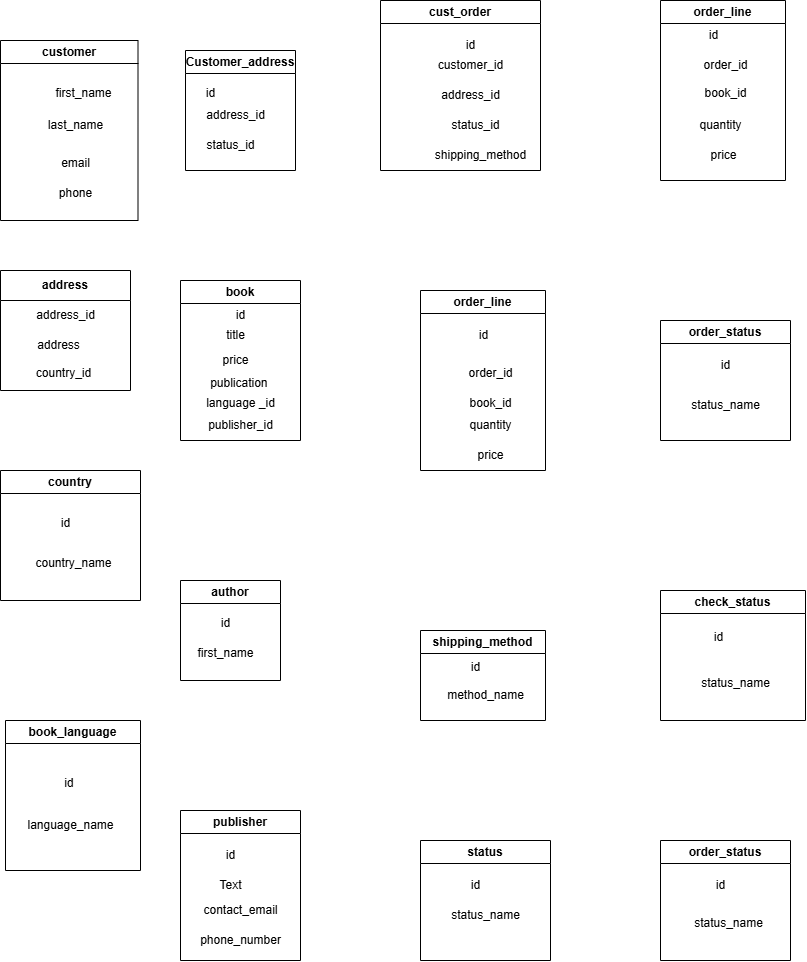
The draw.io diagram bookstore.png in Tech-Swift/bookstore, before a commit. Source tidied: cells renumbered, new cells last; positions are measured from the earlier drawing's top-left corner, leaving out a move shared by most shapes.
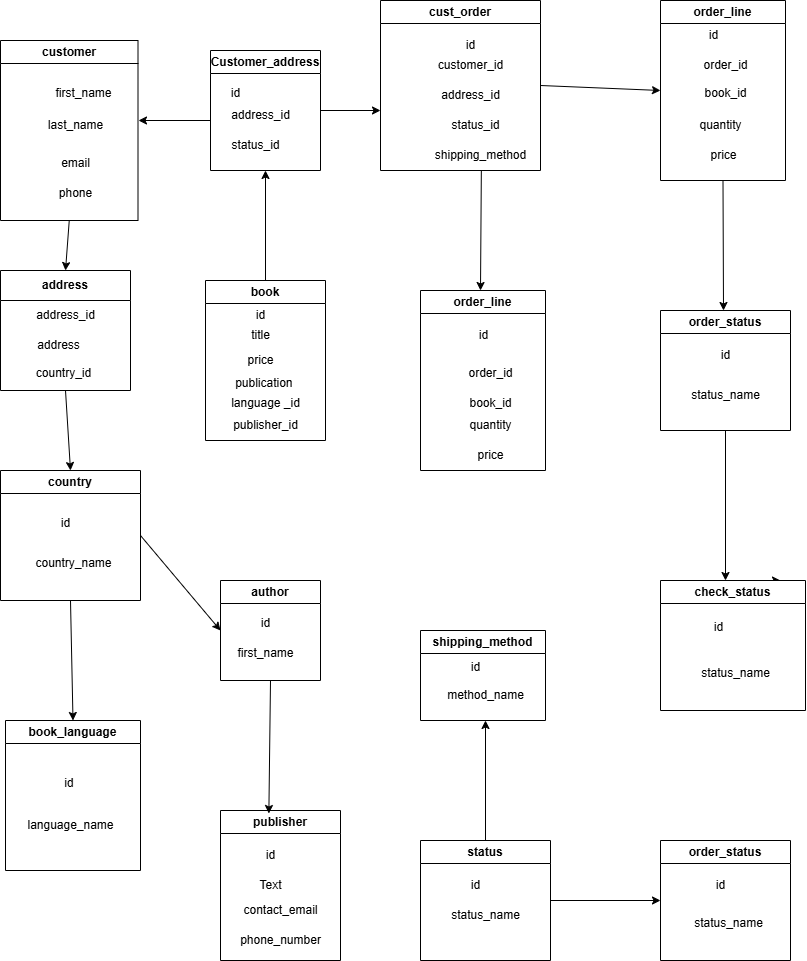
After the commit.

Commit message:
Group work Bookstore assignment

Diff of the diagram source:
```diff
@@ -3,7 +3,7 @@
     <mxCell id="0" />
     <mxCell id="1" parent="0" />
     <mxCell id="2" value="Customer_address" style="swimlane;whiteSpace=wrap;html=1;" parent="1" vertex="1">
-      <mxGeometry x="185" y="50" width="110" height="120" as="geometry" />
+      <mxGeometry x="210" y="50" width="110" height="120" as="geometry" />
     </mxCell>
     <mxCell id="3" value="id" style="text;html=1;align=center;verticalAlign=middle;strokeColor=none;fillColor=none;" parent="2" vertex="1">
       <mxGeometry x="10" y="28" width="30" height="30" as="geometry" />
@@ -14,8 +14,13 @@
     <mxCell id="5" value="status_id" style="text;html=1;align=center;verticalAlign=middle;strokeColor=none;fillColor=none;" parent="2" vertex="1">
       <mxGeometry x="10" y="80" width="70" height="30" as="geometry" />
     </mxCell>
+    <mxCell id="69" style="edgeStyle=orthogonalEdgeStyle;rounded=0;jettySize=auto;html=1;exitX=0.75;exitY=0;exitDx=0;exitDy=0;" parent="1" edge="1" source="6">
+      <mxGeometry relative="1" as="geometry">
+        <mxPoint x="780" y="580" as="targetPoint" />
+      </mxGeometry>
+    </mxCell>
     <mxCell id="6" value="check_status" style="swimlane;whiteSpace=wrap;html=1;" parent="1" vertex="1">
-      <mxGeometry x="660" y="590" width="145" height="130" as="geometry" />
+      <mxGeometry x="660" y="580" width="145" height="130" as="geometry" />
     </mxCell>
     <mxCell id="7" value="id" style="text;html=1;align=center;verticalAlign=middle;strokeColor=none;fillColor=none;" parent="6" vertex="1">
       <mxGeometry x="42.5" y="32" width="30" height="30" as="geometry" />
@@ -33,7 +38,7 @@
       <mxGeometry x="22.5" y="68" width="90" height="30" as="geometry" />
     </mxCell>
     <mxCell id="12" value="order_status" style="swimlane;whiteSpace=wrap;html=1;" parent="1" vertex="1">
-      <mxGeometry x="660" y="320" width="130" height="120" as="geometry" />
+      <mxGeometry x="660" y="310" width="130" height="120" as="geometry" />
     </mxCell>
     <mxCell id="13" value="id" style="text;html=1;align=center;verticalAlign=middle;strokeColor=none;fillColor=none;" parent="12" vertex="1">
       <mxGeometry x="50" y="30" width="30" height="30" as="geometry" />
@@ -78,7 +83,7 @@
       <mxGeometry x="45" y="150" width="50" height="30" as="geometry" />
     </mxCell>
     <mxCell id="27" value="publisher" style="swimlane;whiteSpace=wrap;html=1;" parent="1" vertex="1">
-      <mxGeometry x="180" y="810" width="120" height="150" as="geometry" />
+      <mxGeometry x="220" y="810" width="120" height="150" as="geometry" />
     </mxCell>
     <mxCell id="28" value="id" style="text;html=1;align=center;verticalAlign=middle;strokeColor=none;fillColor=none;" parent="27" vertex="1">
       <mxGeometry x="35" y="30" width="30" height="30" as="geometry" />
@@ -93,7 +98,7 @@
       <mxGeometry x="10" y="115" width="100" height="30" as="geometry" />
     </mxCell>
     <mxCell id="32" value="author" style="swimlane;whiteSpace=wrap;html=1;startSize=23;" parent="1" vertex="1">
-      <mxGeometry x="180" y="580" width="100" height="100" as="geometry" />
+      <mxGeometry x="220" y="580" width="100" height="100" as="geometry" />
     </mxCell>
     <mxCell id="33" value="id" style="text;html=1;align=center;verticalAlign=middle;strokeColor=none;fillColor=none;" parent="32" vertex="1">
       <mxGeometry x="30" y="28" width="30" height="30" as="geometry" />
@@ -120,13 +125,13 @@
       <mxGeometry x="45" y="140" width="110" height="30" as="geometry" />
     </mxCell>
     <mxCell id="41" value="book" style="swimlane;whiteSpace=wrap;html=1;" parent="1" vertex="1">
-      <mxGeometry x="180" y="280" width="120" height="160" as="geometry" />
+      <mxGeometry x="205" y="280" width="120" height="160" as="geometry" />
     </mxCell>
     <mxCell id="42" value="title" style="text;html=1;align=center;verticalAlign=middle;strokeColor=none;fillColor=none;" parent="41" vertex="1">
       <mxGeometry x="35" y="40" width="40" height="30" as="geometry" />
     </mxCell>
     <mxCell id="43" value="id" style="text;html=1;align=center;verticalAlign=middle;strokeColor=none;fillColor=none;" parent="41" vertex="1">
-      <mxGeometry x="45" y="20" width="30" height="30" as="geometry" />
+      <mxGeometry x="40" y="20" width="30" height="30" as="geometry" />
     </mxCell>
     <mxCell id="44" value="price" style="text;html=1;align=center;verticalAlign=middle;strokeColor=none;fillColor=none;" parent="41" vertex="1">
       <mxGeometry x="30" y="65" width="50" height="30" as="geometry" />
@@ -203,5 +208,61 @@
     <mxCell id="68" value="id&amp;nbsp;" style="text;html=1;align=center;verticalAlign=middle;strokeColor=none;fillColor=none;" parent="1" vertex="1">
       <mxGeometry x="50" y="768" width="40" height="30" as="geometry" />
     </mxCell>
+    <mxCell id="70" style="endArrow=classic;html=1;rounded=0;exitX=0.5;exitY=1;exitDx=0;exitDy=0;" parent="1" edge="1" source="48">
+      <mxGeometry relative="1" as="geometry">
+        <mxPoint x="723" y="310" as="targetPoint" />
+      </mxGeometry>
+    </mxCell>
+    <mxCell id="71" style="endArrow=classic;html=1;rounded=0;exitX=0.5;exitY=1;exitDx=0;exitDy=0;" parent="1" edge="1" source="12">
+      <mxGeometry relative="1" as="geometry">
+        <mxPoint x="725" y="580" as="targetPoint" />
+      </mxGeometry>
+    </mxCell>
+    <mxCell id="72" style="endArrow=classic;html=1;rounded=0;exitX=1;exitY=0.5;exitDx=0;exitDy=0;entryX=0;entryY=0.5;entryDx=0;entryDy=0;" parent="1" edge="1" source="15" target="9">
+      <mxGeometry relative="1" as="geometry" />
+    </mxCell>
+    <mxCell id="73" style="endArrow=classic;html=1;rounded=0;exitX=0.5;exitY=0;exitDx=0;exitDy=0;" parent="1" edge="1" source="15">
+      <mxGeometry relative="1" as="geometry">
+        <mxPoint x="485" y="720" as="targetPoint" />
+      </mxGeometry>
+    </mxCell>
+    <mxCell id="74" style="endArrow=classic;html=1;rounded=0;exitX=0.379;exitY=1.1;exitDx=0;exitDy=0;exitPerimeter=0;" parent="1" edge="1">
+      <mxGeometry relative="1" as="geometry">
+        <mxPoint x="480.8" y="170" as="sourcePoint" />
+        <mxPoint x="480" y="290" as="targetPoint" />
+      </mxGeometry>
+    </mxCell>
+    <mxCell id="75" style="endArrow=classic;html=1;rounded=0;exitX=1;exitY=0.5;exitDx=0;exitDy=0;entryX=0;entryY=0.5;entryDx=0;entryDy=0;" parent="1" edge="1" source="35" target="48">
+      <mxGeometry relative="1" as="geometry" />
+    </mxCell>
+    <mxCell id="76" style="endArrow=classic;html=1;rounded=0;entryX=0.5;entryY=1;entryDx=0;entryDy=0;exitX=0.5;exitY=0;exitDx=0;exitDy=0;" parent="1" edge="1" source="41" target="2">
+      <mxGeometry relative="1" as="geometry" />
+    </mxCell>
+    <mxCell id="77" style="endArrow=classic;html=1;rounded=0;entryX=0.403;entryY=0.02;entryDx=0;entryDy=0;exitX=0.5;exitY=1;exitDx=0;exitDy=0;entryPerimeter=0;" parent="1" edge="1" source="32" target="27">
+      <mxGeometry relative="1" as="geometry" />
+    </mxCell>
+    <mxCell id="78" style="endArrow=classic;html=1;rounded=0;exitX=1;exitY=0.5;exitDx=0;exitDy=0;" parent="1" edge="1" source="2">
+      <mxGeometry relative="1" as="geometry">
+        <mxPoint x="380" y="110" as="targetPoint" />
+      </mxGeometry>
+    </mxCell>
+    <mxCell id="79" style="endArrow=classic;html=1;rounded=0;" parent="1" edge="1">
+      <mxGeometry relative="1" as="geometry">
+        <mxPoint x="210" y="120" as="sourcePoint" />
+        <mxPoint x="138" y="120" as="targetPoint" />
+      </mxGeometry>
+    </mxCell>
+    <mxCell id="80" style="endArrow=classic;html=1;rounded=0;exitX=0.5;exitY=1;exitDx=0;exitDy=0;entryX=0.5;entryY=0;entryDx=0;entryDy=0;" parent="1" edge="1" source="54" target="59">
+      <mxGeometry relative="1" as="geometry" />
+    </mxCell>
+    <mxCell id="81" style="endArrow=classic;html=1;rounded=0;entryX=0.5;entryY=0;entryDx=0;entryDy=0;exitX=0.5;exitY=1;exitDx=0;exitDy=0;" parent="1" edge="1" source="59" target="63">
+      <mxGeometry relative="1" as="geometry" />
+    </mxCell>
+    <mxCell id="82" style="endArrow=classic;html=1;rounded=0;exitX=0.5;exitY=1;exitDx=0;exitDy=0;entryX=0.5;entryY=0;entryDx=0;entryDy=0;" parent="1" edge="1" source="63" target="66">
+      <mxGeometry relative="1" as="geometry" />
+    </mxCell>
+    <mxCell id="83" style="endArrow=classic;html=1;rounded=0;entryX=0;entryY=0.5;entryDx=0;entryDy=0;exitX=1;exitY=0.5;exitDx=0;exitDy=0;" parent="1" edge="1" source="63" target="32">
+      <mxGeometry relative="1" as="geometry" />
+    </mxCell>
   </root>
 </mxGraphModel>
```
